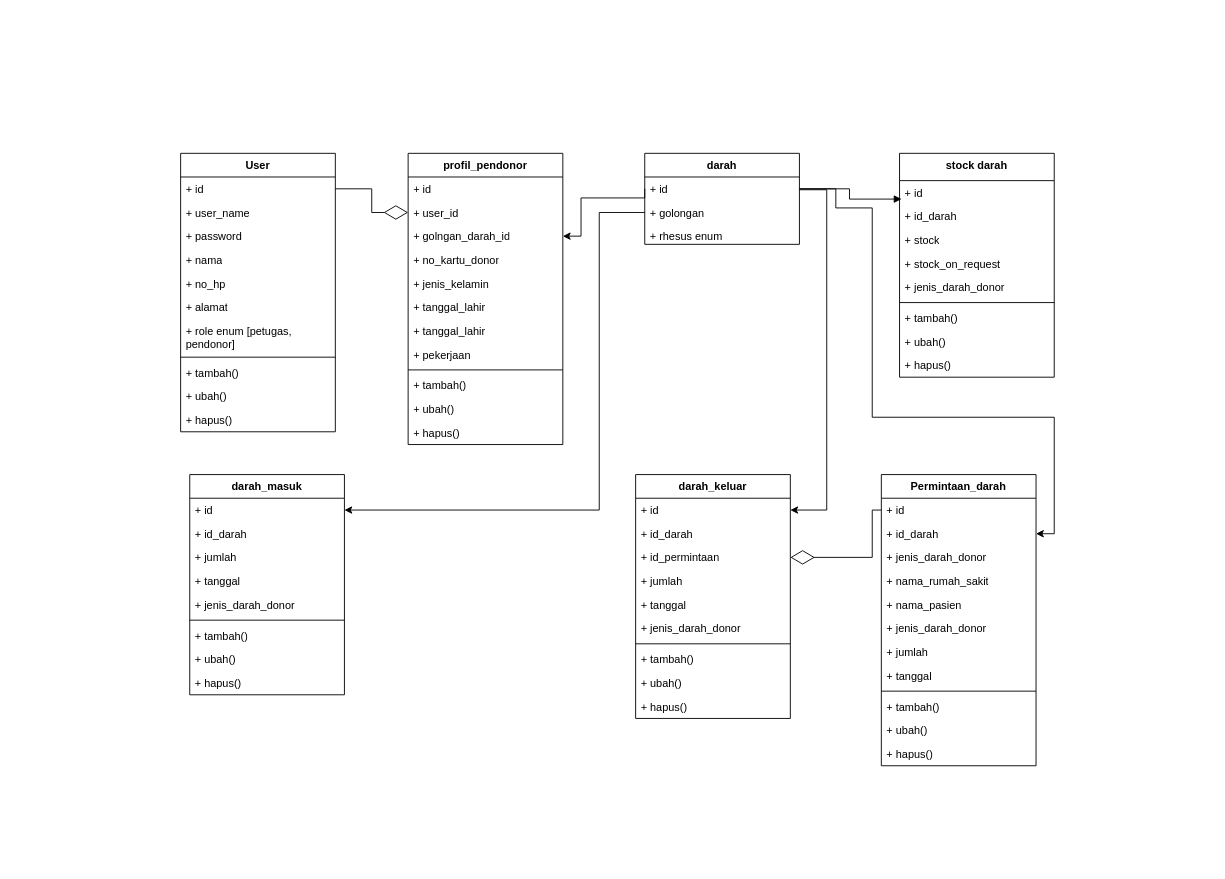
Earlier version of the draw.io diagram page "class-diagram" (16 of 24) of Untitled Diagram.drawio (afdikomayte/UDD-PMI-blood-donation-service). Source tidied: cells renumbered, new cells numbered last; positions are measured from the earlier drawing's top-left corner, leaving out a move shared by most shapes. Both pictures are drawn from the tidied source at 91%, with x=0, y=0 at pixel (180, 153).
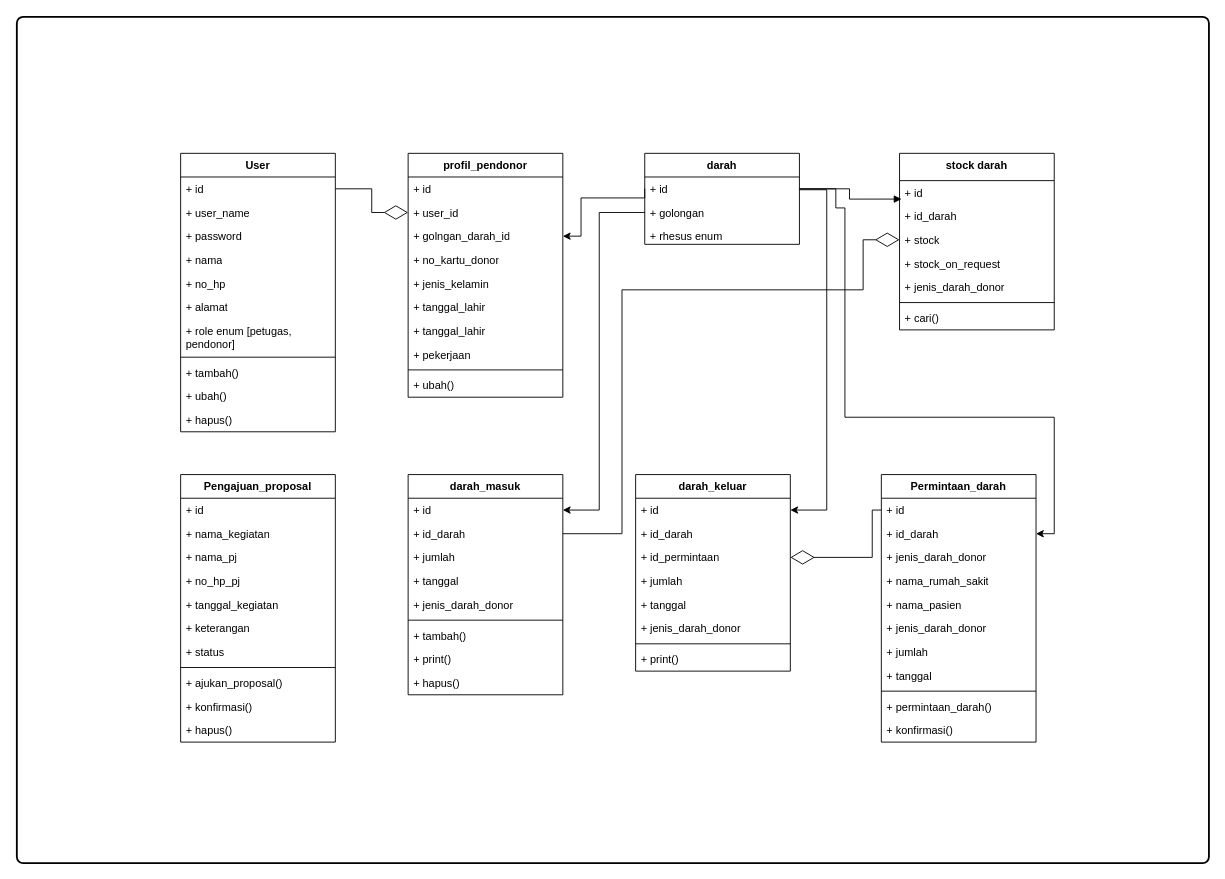
The same page after the edit.

Unchanged cells that the change refers to:
```xml
<mxCell id="15" value="+ id" style="text;strokeColor=none;fillColor=none;align=left;verticalAlign=top;spacingLeft=4;spacingRight=4;overflow=hidden;points=[[0,0.5],[1,0.5]];portConstraint=eastwest;whiteSpace=wrap;html=1;" parent="14" vertex="1">
  <mxGeometry y="26" width="170" height="26" as="geometry" />
</mxCell>
<mxCell id="21" value="+ stock" style="text;strokeColor=none;fillColor=none;align=left;verticalAlign=top;spacingLeft=4;spacingRight=4;overflow=hidden;points=[[0,0.5],[1,0.5]];portConstraint=eastwest;whiteSpace=wrap;html=1;" parent="18" vertex="1">
  <mxGeometry y="82" width="170" height="26" as="geometry" />
</mxCell>
<mxCell id="43" value="+ id_darah" style="text;strokeColor=none;fillColor=none;align=left;verticalAlign=top;spacingLeft=4;spacingRight=4;overflow=hidden;points=[[0,0.5],[1,0.5]];portConstraint=eastwest;whiteSpace=wrap;html=1;" parent="41" vertex="1">
  <mxGeometry y="52" width="170" height="26" as="geometry" />
</mxCell>
<mxCell id="53" value="+ id_darah" style="text;strokeColor=none;fillColor=none;align=left;verticalAlign=top;spacingLeft=4;spacingRight=4;overflow=hidden;points=[[0,0.5],[1,0.5]];portConstraint=eastwest;whiteSpace=wrap;html=1;" parent="51" vertex="1">
  <mxGeometry y="52" width="170" height="26" as="geometry" />
</mxCell>
```

What changed in the source:
```diff
@@
+    <mxCell id="82" style="rounded=1;whiteSpace=wrap;html=1;absoluteArcSize=1;arcSize=14;strokeWidth=2;" parent="1" vertex="1">
+      <mxGeometry x="-180" y="-150" width="1310" height="930" as="geometry" />
+    </mxCell>
@@
     <mxCell id="18" value="stock darah" style="swimlane;fontStyle=1;align=center;verticalAlign=top;horizontal=1;startSize=30;whiteSpace=wrap;html=1;" parent="1" vertex="1">
-      <mxGeometry x="790" width="170" height="246" as="geometry" />
+      <mxGeometry x="790" width="170" height="194" as="geometry" />
     </mxCell>
@@
-    <mxCell id="25" value="+ tambah()" style="text;strokeColor=none;fillColor=none;align=left;verticalAlign=top;spacingLeft=4;spacingRight=4;overflow=hidden;whiteSpace=wrap;html=1;" parent="18" vertex="1">
-      <mxGeometry y="168" width="170" height="26" as="geometry" />
-    </mxCell>
-    <mxCell id="26" value="+ ubah()" style="text;strokeColor=none;fillColor=none;align=left;verticalAlign=top;spacingLeft=4;spacingRight=4;overflow=hidden;whiteSpace=wrap;html=1;" parent="18" vertex="1">
-      <mxGeometry y="194" width="170" height="26" as="geometry" />
+    <mxCell id="26" value="+ cari()" style="text;strokeColor=none;fillColor=none;align=left;verticalAlign=top;spacingLeft=4;spacingRight=4;overflow=hidden;whiteSpace=wrap;html=1;" parent="18" vertex="1">
+      <mxGeometry y="168" width="170" height="26" as="geometry" />
     </mxCell>
-    <mxCell id="27" value="+ hapus()" style="text;strokeColor=none;fillColor=none;align=left;verticalAlign=top;spacingLeft=4;spacingRight=4;overflow=hidden;whiteSpace=wrap;html=1;" parent="18" vertex="1">
-      <mxGeometry y="220" width="170" height="26" as="geometry" />
-    </mxCell>
     <mxCell id="28" value="profil_pendonor" style="swimlane;fontStyle=1;align=center;verticalAlign=top;horizontal=1;startSize=26;whiteSpace=wrap;html=1;" parent="1" vertex="1">
-      <mxGeometry x="250" width="170" height="320" as="geometry" />
+      <mxGeometry x="250" width="170" height="268" as="geometry" />
     </mxCell>
@@
-    <mxCell id="38" value="+ tambah()" style="text;strokeColor=none;fillColor=none;align=left;verticalAlign=top;spacingLeft=4;spacingRight=4;overflow=hidden;whiteSpace=wrap;html=1;" parent="28" vertex="1">
-      <mxGeometry y="242" width="170" height="26" as="geometry" />
-    </mxCell>
     <mxCell id="39" value="+ ubah()" style="text;strokeColor=none;fillColor=none;align=left;verticalAlign=top;spacingLeft=4;spacingRight=4;overflow=hidden;whiteSpace=wrap;html=1;" parent="28" vertex="1">
-      <mxGeometry y="268" width="170" height="26" as="geometry" />
+      <mxGeometry y="242" width="170" height="26" as="geometry" />
     </mxCell>
-    <mxCell id="40" value="+ hapus()" style="text;strokeColor=none;fillColor=none;align=left;verticalAlign=top;spacingLeft=4;spacingRight=4;overflow=hidden;whiteSpace=wrap;html=1;" parent="28" vertex="1">
-      <mxGeometry y="294" width="170" height="26" as="geometry" />
-    </mxCell>
     <mxCell id="41" value="darah_masuk" style="swimlane;fontStyle=1;align=center;verticalAlign=top;horizontal=1;startSize=26;whiteSpace=wrap;html=1;" parent="1" vertex="1">
-      <mxGeometry x="10" y="353" width="170" height="242" as="geometry" />
+      <mxGeometry x="250" y="353" width="170" height="242" as="geometry" />
     </mxCell>
@@
-    <mxCell id="49" value="+ ubah()" style="text;strokeColor=none;fillColor=none;align=left;verticalAlign=top;spacingLeft=4;spacingRight=4;overflow=hidden;whiteSpace=wrap;html=1;" parent="41" vertex="1">
-      <mxGeometry y="190" width="170" height="26" as="geometry" />
-    </mxCell>
-    <mxCell id="50" value="+ hapus()" style="text;strokeColor=none;fillColor=none;align=left;verticalAlign=top;spacingLeft=4;spacingRight=4;overflow=hidden;whiteSpace=wrap;html=1;" parent="41" vertex="1">
-      <mxGeometry y="216" width="170" height="26" as="geometry" />
+    <mxCell id="50" value="+ print()" style="text;strokeColor=none;fillColor=none;align=left;verticalAlign=top;spacingLeft=4;spacingRight=4;overflow=hidden;whiteSpace=wrap;html=1;" parent="41" vertex="1">
+      <mxGeometry y="190" width="170" height="26" as="geometry" />
     </mxCell>
+    <mxCell id="83" value="+ hapus()" style="text;strokeColor=none;fillColor=none;align=left;verticalAlign=top;spacingLeft=4;spacingRight=4;overflow=hidden;whiteSpace=wrap;html=1;" parent="41" vertex="1">
+      <mxGeometry y="216" width="170" height="26" as="geometry" />
+    </mxCell>
     <mxCell id="51" value="Permintaan_darah" style="swimlane;fontStyle=1;align=center;verticalAlign=top;horizontal=1;startSize=26;whiteSpace=wrap;html=1;" parent="1" vertex="1">
-      <mxGeometry x="770" y="353" width="170" height="320" as="geometry" />
+      <mxGeometry x="770" y="353" width="170" height="294" as="geometry" />
     </mxCell>
@@
-    <mxCell id="61" value="+ tambah()" style="text;strokeColor=none;fillColor=none;align=left;verticalAlign=top;spacingLeft=4;spacingRight=4;overflow=hidden;whiteSpace=wrap;html=1;" parent="51" vertex="1">
+    <mxCell id="61" value="+ permintaan_darah()" style="text;strokeColor=none;fillColor=none;align=left;verticalAlign=top;spacingLeft=4;spacingRight=4;overflow=hidden;whiteSpace=wrap;html=1;" parent="51" vertex="1">
       <mxGeometry y="242" width="170" height="26" as="geometry" />
     </mxCell>
-    <mxCell id="62" value="+ ubah()" style="text;strokeColor=none;fillColor=none;align=left;verticalAlign=top;spacingLeft=4;spacingRight=4;overflow=hidden;whiteSpace=wrap;html=1;" parent="51" vertex="1">
+    <mxCell id="62" value="+ konfirmasi()" style="text;strokeColor=none;fillColor=none;align=left;verticalAlign=top;spacingLeft=4;spacingRight=4;overflow=hidden;whiteSpace=wrap;html=1;" parent="51" vertex="1">
       <mxGeometry y="268" width="170" height="26" as="geometry" />
     </mxCell>
-    <mxCell id="63" value="+ hapus()" style="text;strokeColor=none;fillColor=none;align=left;verticalAlign=top;spacingLeft=4;spacingRight=4;overflow=hidden;whiteSpace=wrap;html=1;" parent="51" vertex="1">
-      <mxGeometry y="294" width="170" height="26" as="geometry" />
-    </mxCell>
     <mxCell id="64" style="edgeStyle=orthogonalEdgeStyle;rounded=0;jettySize=auto;html=1;exitX=1;exitY=0.5;exitDx=0;exitDy=0;entryX=1;entryY=0.5;entryDx=0;entryDy=0;" parent="1" edge="1" source="15" target="53">
       <mxGeometry relative="1" as="geometry">
         <Array as="points">
           <mxPoint x="720" y="39" />
           <mxPoint x="720" y="60" />
-          <mxPoint x="760" y="60" />
-          <mxPoint x="760" y="290" />
+          <mxPoint x="730" y="60" />
+          <mxPoint x="730" y="290" />
           <mxPoint x="960" y="290" />
           <mxPoint x="960" y="418" />
         </Array>
       </mxGeometry>
     </mxCell>
     <mxCell id="65" value="darah_keluar" style="swimlane;fontStyle=1;align=center;verticalAlign=top;horizontal=1;startSize=26;whiteSpace=wrap;html=1;" parent="1" vertex="1">
-      <mxGeometry x="500" y="353" width="170" height="268" as="geometry" />
+      <mxGeometry x="500" y="353" width="170" height="216" as="geometry" />
     </mxCell>
@@
-    <mxCell id="73" value="+ tambah()" style="text;strokeColor=none;fillColor=none;align=left;verticalAlign=top;spacingLeft=4;spacingRight=4;overflow=hidden;whiteSpace=wrap;html=1;" parent="65" vertex="1">
-      <mxGeometry y="190" width="170" height="26" as="geometry" />
-    </mxCell>
-    <mxCell id="74" value="+ ubah()" style="text;strokeColor=none;fillColor=none;align=left;verticalAlign=top;spacingLeft=4;spacingRight=4;overflow=hidden;whiteSpace=wrap;html=1;" parent="65" vertex="1">
-      <mxGeometry y="216" width="170" height="26" as="geometry" />
+    <mxCell id="74" value="+ print()" style="text;strokeColor=none;fillColor=none;align=left;verticalAlign=top;spacingLeft=4;spacingRight=4;overflow=hidden;whiteSpace=wrap;html=1;" parent="65" vertex="1">
+      <mxGeometry y="190" width="170" height="26" as="geometry" />
     </mxCell>
-    <mxCell id="75" value="+ hapus()" style="text;strokeColor=none;fillColor=none;align=left;verticalAlign=top;spacingLeft=4;spacingRight=4;overflow=hidden;whiteSpace=wrap;html=1;" parent="65" vertex="1">
-      <mxGeometry y="242" width="170" height="26" as="geometry" />
-    </mxCell>
@@
+    <mxCell id="84" style="endArrow=diamondThin;endFill=0;endSize=24;html=1;rounded=0;entryX=0;entryY=0.5;entryDx=0;entryDy=0;exitX=1;exitY=0.5;exitDx=0;exitDy=0;edgeStyle=orthogonalEdgeStyle;" parent="1" edge="1" source="43" target="21">
+      <mxGeometry relative="1" as="geometry">
+        <Array as="points">
+          <mxPoint x="485" y="418" />
+          <mxPoint x="485" y="150" />
+          <mxPoint x="750" y="150" />
+          <mxPoint x="750" y="95" />
+        </Array>
+      </mxGeometry>
+    </mxCell>
+    <mxCell id="85" value="Pengajuan_proposal" style="swimlane;fontStyle=1;align=center;verticalAlign=top;horizontal=1;startSize=26;whiteSpace=wrap;html=1;" parent="1" vertex="1">
+      <mxGeometry y="353" width="170" height="294" as="geometry" />
+    </mxCell>
+    <mxCell id="86" value="+ id" style="text;strokeColor=none;fillColor=none;align=left;verticalAlign=top;spacingLeft=4;spacingRight=4;overflow=hidden;whiteSpace=wrap;html=1;" parent="85" vertex="1">
+      <mxGeometry y="26" width="170" height="26" as="geometry" />
+    </mxCell>
+    <mxCell id="87" value="+ nama_kegiatan" style="text;strokeColor=none;fillColor=none;align=left;verticalAlign=top;spacingLeft=4;spacingRight=4;overflow=hidden;whiteSpace=wrap;html=1;" parent="85" vertex="1">
+      <mxGeometry y="52" width="170" height="26" as="geometry" />
+    </mxCell>
+    <mxCell id="88" value="&lt;div&gt;+ nama_pj&lt;/div&gt;" style="text;strokeColor=none;fillColor=none;align=left;verticalAlign=top;spacingLeft=4;spacingRight=4;overflow=hidden;whiteSpace=wrap;html=1;" parent="85" vertex="1">
+      <mxGeometry y="78" width="170" height="26" as="geometry" />
+    </mxCell>
+    <mxCell id="89" value="+ no_hp_pj" style="text;strokeColor=none;fillColor=none;align=left;verticalAlign=top;spacingLeft=4;spacingRight=4;overflow=hidden;whiteSpace=wrap;html=1;" parent="85" vertex="1">
+      <mxGeometry y="104" width="170" height="26" as="geometry" />
+    </mxCell>
+    <mxCell id="90" value="+ tanggal_kegiatan" style="text;strokeColor=none;fillColor=none;align=left;verticalAlign=top;spacingLeft=4;spacingRight=4;overflow=hidden;whiteSpace=wrap;html=1;" parent="85" vertex="1">
+      <mxGeometry y="130" width="170" height="26" as="geometry" />
+    </mxCell>
+    <mxCell id="91" value="+ keterangan" style="text;strokeColor=none;fillColor=none;align=left;verticalAlign=top;spacingLeft=4;spacingRight=4;overflow=hidden;whiteSpace=wrap;html=1;" parent="85" vertex="1">
+      <mxGeometry y="156" width="170" height="26" as="geometry" />
+    </mxCell>
+    <mxCell id="92" value="&lt;div&gt;+ status&lt;/div&gt;" style="text;strokeColor=none;fillColor=none;align=left;verticalAlign=top;spacingLeft=4;spacingRight=4;overflow=hidden;whiteSpace=wrap;html=1;" parent="85" vertex="1">
+      <mxGeometry y="182" width="170" height="26" as="geometry" />
+    </mxCell>
+    <mxCell id="93" style="line;strokeWidth=1;fillColor=none;align=left;verticalAlign=middle;spacingTop=-1;spacingLeft=3;spacingRight=3;labelPosition=right;strokeColor=inherit;" parent="85" vertex="1">
+      <mxGeometry y="208" width="170" height="8" as="geometry" />
+    </mxCell>
+    <mxCell id="94" value="+ ajukan_proposal()" style="text;strokeColor=none;fillColor=none;align=left;verticalAlign=top;spacingLeft=4;spacingRight=4;overflow=hidden;whiteSpace=wrap;html=1;" parent="85" vertex="1">
+      <mxGeometry y="216" width="170" height="26" as="geometry" />
+    </mxCell>
+    <mxCell id="95" value="+ konfirmasi()" style="text;strokeColor=none;fillColor=none;align=left;verticalAlign=top;spacingLeft=4;spacingRight=4;overflow=hidden;whiteSpace=wrap;html=1;" parent="85" vertex="1">
+      <mxGeometry y="242" width="170" height="26" as="geometry" />
+    </mxCell>
+    <mxCell id="96" value="+ hapus()" style="text;strokeColor=none;fillColor=none;align=left;verticalAlign=top;spacingLeft=4;spacingRight=4;overflow=hidden;whiteSpace=wrap;html=1;" parent="85" vertex="1">
+      <mxGeometry y="268" width="170" height="26" as="geometry" />
+    </mxCell>
```
